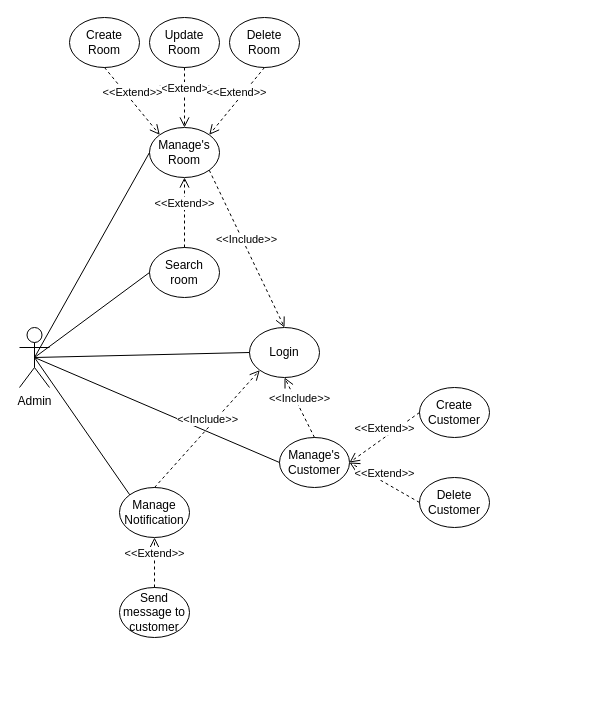
Before: Database/Usecase_Admin.drawio in passion-Infinity/PRN292_Assignment, a draw.io diagram. Source tidied: cells renumbered, new cells numbered last; positions are measured from the earlier drawing's top-left corner, leaving out a move shared by most shapes. Both pictures are drawn from the tidied source at 100%, with x=0, y=0 at pixel (19, 17).
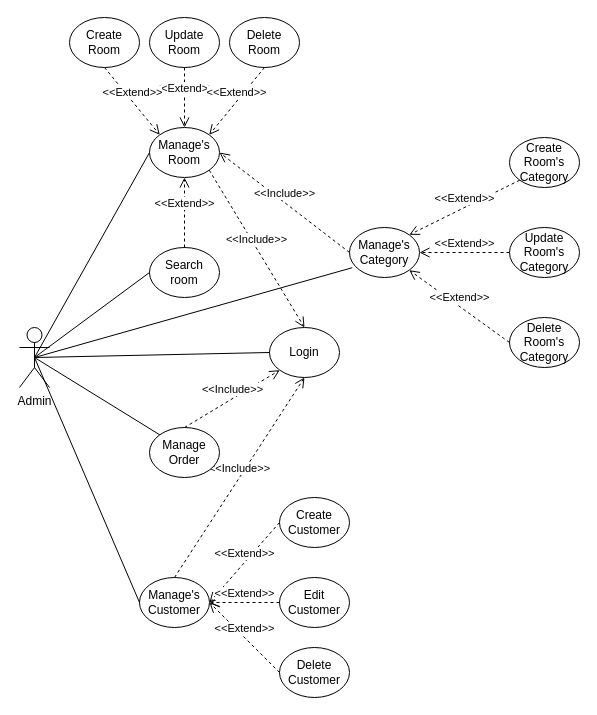
The same diagram, later.

The change refers to these unchanged cells:
```xml
<mxCell id="2" value="Admin" style="shape=umlActor;verticalLabelPosition=bottom;verticalAlign=top;html=1;outlineConnect=0;" parent="1" vertex="1">
  <mxGeometry y="310" width="30" height="60" as="geometry" />
</mxCell>
<mxCell id="8" value="Manage's Room" style="ellipse;whiteSpace=wrap;html=1;" parent="1" vertex="1">
  <mxGeometry x="130" y="110" width="70" height="50" as="geometry" />
</mxCell>
```

Diff of the diagram source:
```diff
@@
     <mxCell id="3" value="Login" style="ellipse;whiteSpace=wrap;html=1;" parent="1" vertex="1">
-      <mxGeometry x="230" y="310" width="70" height="50" as="geometry" />
+      <mxGeometry x="250" y="310" width="70" height="50" as="geometry" />
     </mxCell>
     <mxCell id="4" value="Manage's Customer" style="ellipse;whiteSpace=wrap;html=1;" parent="1" vertex="1">
-      <mxGeometry x="260" y="420" width="70" height="50" as="geometry" />
+      <mxGeometry x="120" y="560" width="70" height="50" as="geometry" />
     </mxCell>
     <mxCell id="5" value="Delete Customer" style="ellipse;whiteSpace=wrap;html=1;" parent="1" vertex="1">
-      <mxGeometry x="400" y="460" width="70" height="50" as="geometry" />
+      <mxGeometry x="260" y="630" width="70" height="50" as="geometry" />
     </mxCell>
     <mxCell id="6" value="Create Customer" style="ellipse;whiteSpace=wrap;html=1;" parent="1" vertex="1">
-      <mxGeometry x="400" y="370" width="70" height="50" as="geometry" />
+      <mxGeometry x="260" y="480" width="70" height="50" as="geometry" />
     </mxCell>
@@
-    <mxCell id="24" value="Manage Notification" style="ellipse;whiteSpace=wrap;html=1;" parent="1" vertex="1">
-      <mxGeometry x="100" y="470" width="70" height="50" as="geometry" />
+    <mxCell id="24" value="Manage Order" style="ellipse;whiteSpace=wrap;html=1;" parent="1" vertex="1">
+      <mxGeometry x="130" y="410" width="70" height="50" as="geometry" />
     </mxCell>
-    <mxCell id="25" value="Send message to customer" style="ellipse;whiteSpace=wrap;html=1;" parent="1" vertex="1">
-      <mxGeometry x="100" y="570" width="70" height="50" as="geometry" />
-    </mxCell>
-    <mxCell id="26" value="&amp;lt;&amp;lt;Extend&amp;gt;&amp;gt;" style="html=1;verticalAlign=bottom;endArrow=open;dashed=1;endSize=8;entryX=0.5;entryY=1;entryDx=0;entryDy=0;" parent="1" edge="1" source="25" target="24">
-      <mxGeometry relative="1" as="geometry" />
-    </mxCell>
@@
+    <mxCell id="29" value="Manage's Category" style="ellipse;whiteSpace=wrap;html=1;" parent="1" vertex="1">
+      <mxGeometry x="330" y="210" width="70" height="50" as="geometry" />
+    </mxCell>
+    <mxCell id="30" value="Create Room's Category" style="ellipse;whiteSpace=wrap;html=1;" parent="1" vertex="1">
+      <mxGeometry x="490" y="120" width="70" height="50" as="geometry" />
+    </mxCell>
+    <mxCell id="31" value="Update Room's Category" style="ellipse;whiteSpace=wrap;html=1;" parent="1" vertex="1">
+      <mxGeometry x="490" y="210" width="70" height="50" as="geometry" />
+    </mxCell>
+    <mxCell id="32" value="Delete Room's Category" style="ellipse;whiteSpace=wrap;html=1;" parent="1" vertex="1">
+      <mxGeometry x="490" y="300" width="70" height="50" as="geometry" />
+    </mxCell>
+    <mxCell id="33" value="&amp;lt;&amp;lt;Extend&amp;gt;&amp;gt;" style="html=1;verticalAlign=bottom;endArrow=open;dashed=1;endSize=8;exitX=0;exitY=1;exitDx=0;exitDy=0;entryX=1;entryY=0;entryDx=0;entryDy=0;" parent="1" edge="1" source="30" target="29">
+      <mxGeometry relative="1" as="geometry" />
+    </mxCell>
+    <mxCell id="34" value="&amp;lt;&amp;lt;Extend&amp;gt;&amp;gt;" style="html=1;verticalAlign=bottom;endArrow=open;dashed=1;endSize=8;exitX=0;exitY=0.5;exitDx=0;exitDy=0;entryX=1;entryY=0.5;entryDx=0;entryDy=0;" parent="1" edge="1" source="31" target="29">
+      <mxGeometry relative="1" as="geometry" />
+    </mxCell>
+    <mxCell id="35" value="&amp;lt;&amp;lt;Extend&amp;gt;&amp;gt;" style="html=1;verticalAlign=bottom;endArrow=open;dashed=1;endSize=8;exitX=0;exitY=0.5;exitDx=0;exitDy=0;entryX=1;entryY=1;entryDx=0;entryDy=0;" parent="1" edge="1" source="32" target="29">
+      <mxGeometry relative="1" as="geometry" />
+    </mxCell>
+    <mxCell id="36" value="&amp;lt;&amp;lt;Include&amp;gt;&amp;gt;" style="html=1;verticalAlign=bottom;endArrow=open;dashed=1;endSize=8;exitX=0;exitY=0.5;exitDx=0;exitDy=0;entryX=1;entryY=0.5;entryDx=0;entryDy=0;" parent="1" edge="1" source="29" target="8">
+      <mxGeometry relative="1" as="geometry" />
+    </mxCell>
+    <mxCell id="37" style="endArrow=none;html=1;exitX=0.5;exitY=0.5;exitDx=0;exitDy=0;exitPerimeter=0;entryX=0.04;entryY=0.804;entryDx=0;entryDy=0;entryPerimeter=0;" parent="1" edge="1" source="2" target="29">
+      <mxGeometry relative="1" as="geometry" />
+    </mxCell>
+    <mxCell id="38" value="Edit Customer" style="ellipse;whiteSpace=wrap;html=1;" parent="1" vertex="1">
+      <mxGeometry x="260" y="560" width="70" height="50" as="geometry" />
+    </mxCell>
+    <mxCell id="39" value="&amp;lt;&amp;lt;Extend&amp;gt;&amp;gt;" style="html=1;verticalAlign=bottom;endArrow=open;dashed=1;endSize=8;exitX=0;exitY=0.5;exitDx=0;exitDy=0;entryX=1;entryY=0.5;entryDx=0;entryDy=0;" parent="1" edge="1" source="38" target="4">
+      <mxGeometry relative="1" as="geometry" />
+    </mxCell>
```
